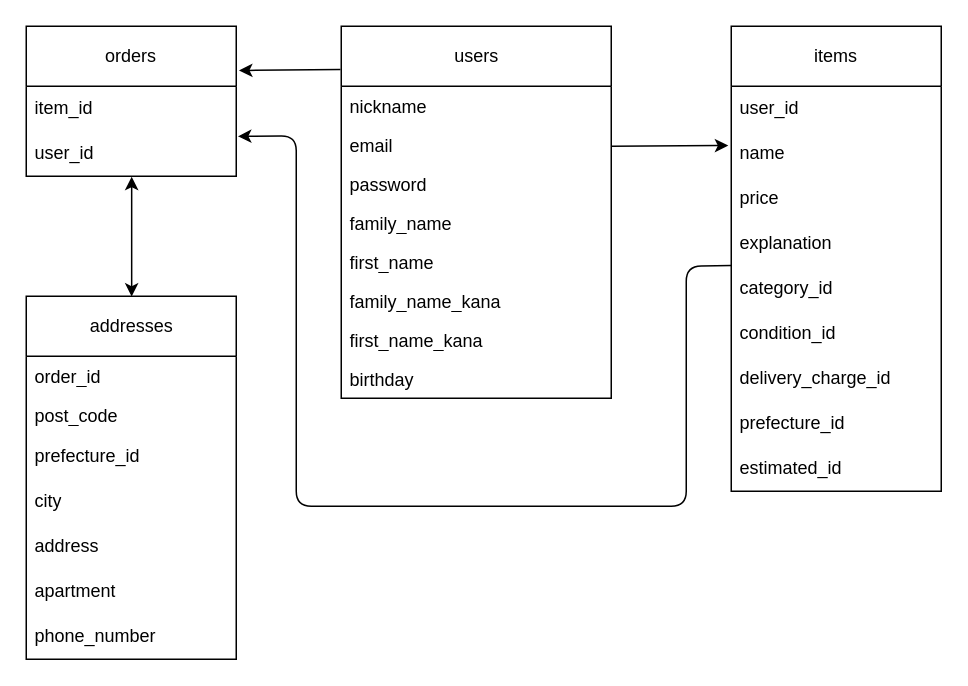
The draw.io diagram furima-39014.dio in yowagai/furima-39014, before the edit. Source tidied: cells renumbered, new cells numbered last; positions are measured from the earlier drawing's top-left corner, leaving out a move shared by most shapes. Both pictures are drawn from the tidied source at 150%, with x=0, y=0 at pixel (26, 26).
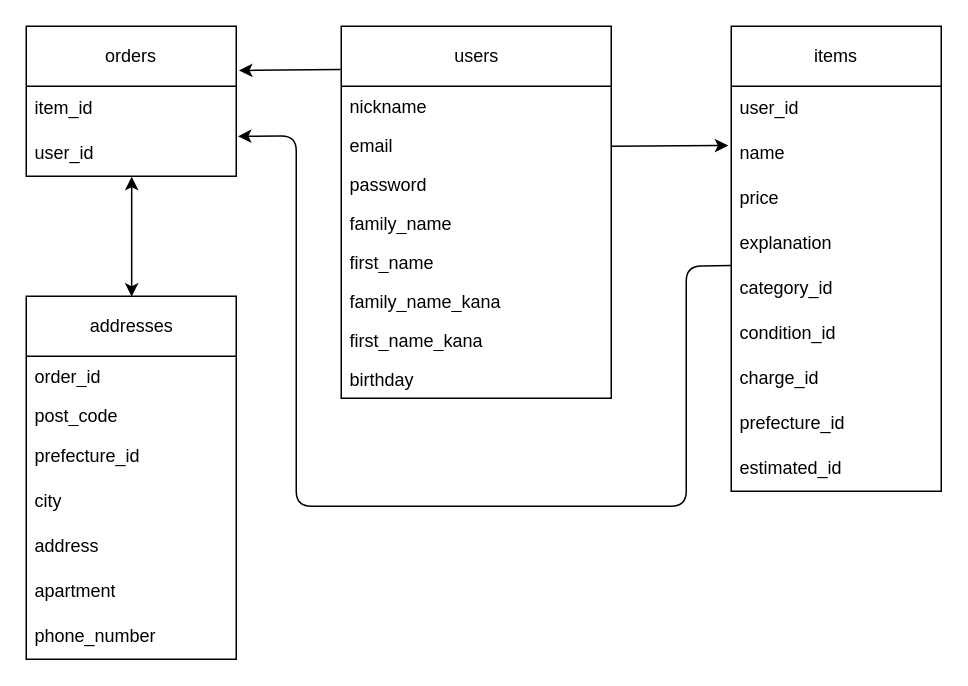
The same page after the edit.

The change refers to these unchanged cells:
```xml
<mxCell id="19" value="items" style="swimlane;fontStyle=0;horizontal=1;startSize=40;whiteSpace=wrap;html=1;shadow=0;fontFamily=Helvetica;fontSize=12;fontColor=default;fillColor=none;gradientColor=none;rounded=0;" parent="1" vertex="1">
  <mxGeometry x="470" width="140" height="310" as="geometry" />
</mxCell>
```

What changed in the source:
```diff
@@
-    <mxCell id="26" value="delivery_charge_id" style="text;strokeColor=none;fillColor=none;align=left;verticalAlign=middle;spacingLeft=4;spacingRight=4;overflow=hidden;whiteSpace=wrap;html=1;shadow=0;fontFamily=Helvetica;fontSize=12;fontColor=default;rounded=0;" parent="19" vertex="1">
+    <mxCell id="26" value="charge_id" style="text;strokeColor=none;fillColor=none;align=left;verticalAlign=middle;spacingLeft=4;spacingRight=4;overflow=hidden;whiteSpace=wrap;html=1;shadow=0;fontFamily=Helvetica;fontSize=12;fontColor=default;rounded=0;" parent="19" vertex="1">
       <mxGeometry y="220" width="140" height="30" as="geometry" />
     </mxCell>
```
